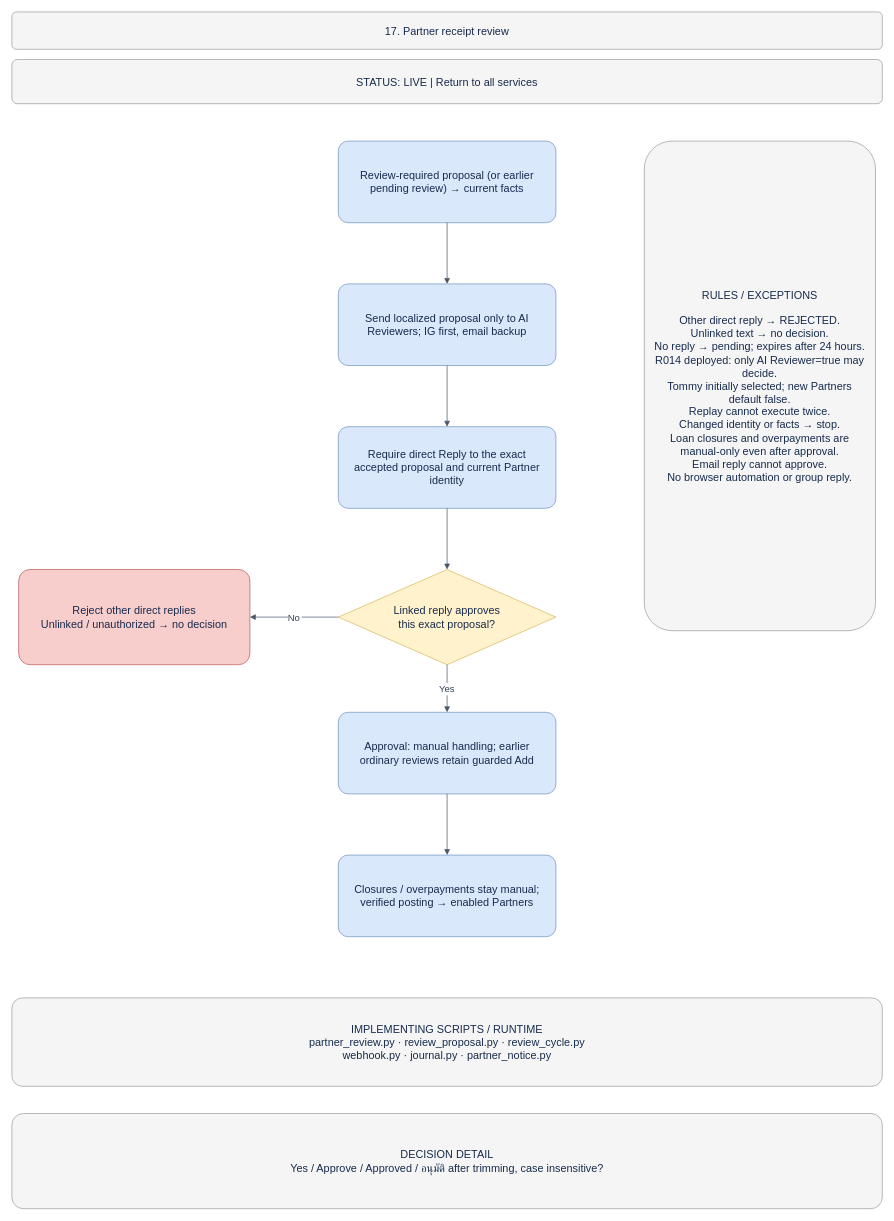
This is page "17 · Partner receipt review" (17 of 18) of docs/BUSINESS_PROCESS.drawio from welct0407/MW-Credit-App, a draw.io file, before an edit. Source tidied: cells renumbered, new cells numbered last; positions are measured from the earlier drawing's top-left corner, leaving out a move shared by most shapes. Both pictures are drawn from the tidied source at 68%, with x=0, y=0 at pixel (12, 12).
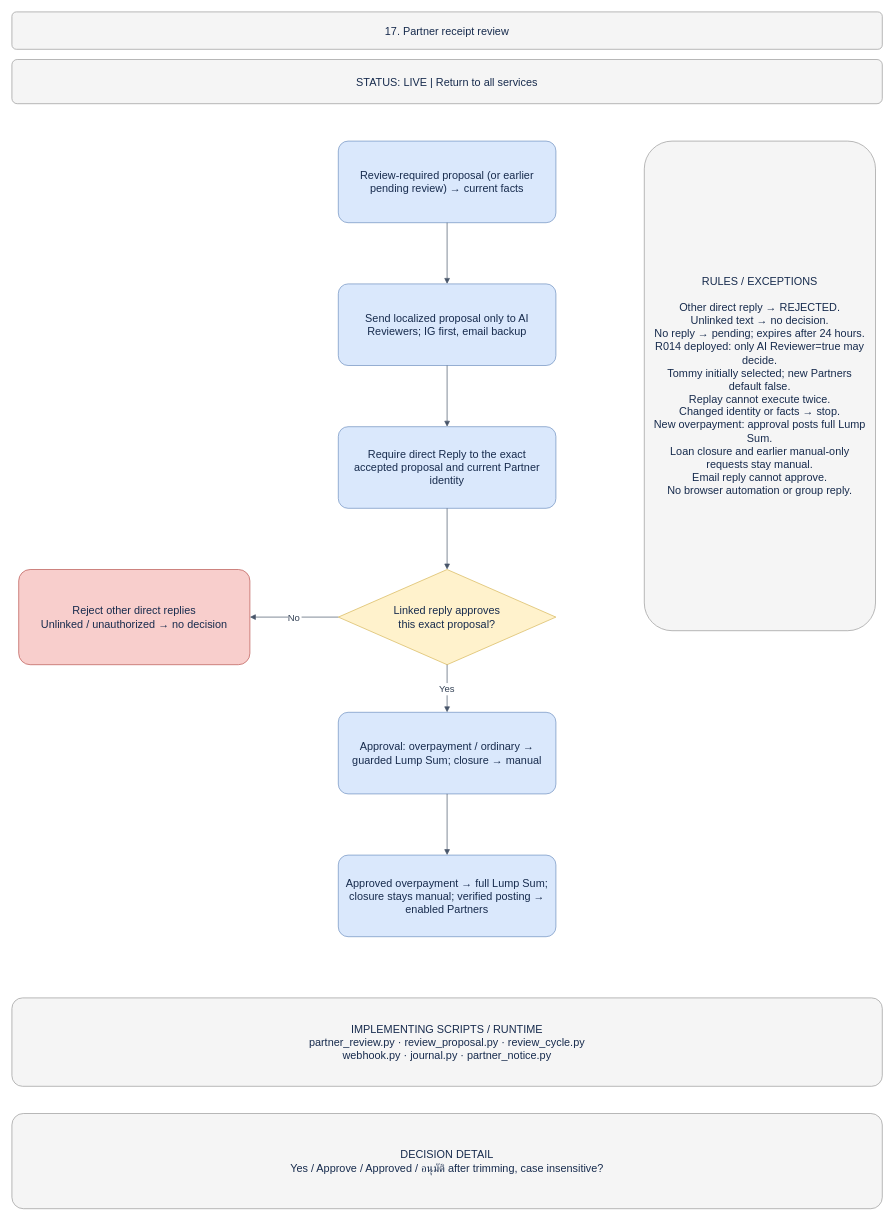
The same page after the edit.

Commit message (it also covers changes not shown here):
Post full overpayments as lump sum after linked reviewer approval

Diff of the diagram source:
```diff
@@
 <mxGraphModel>
   <root>
     <mxCell id="0" />
     <mxCell id="1" parent="0" />
     <mxCell id="2" value="17. Partner receipt review" style="rounded=1;arcSize=12;whiteSpace=wrap;html=0;fillColor=#f5f5f5;strokeColor=#999999;fontColor=#172b4d;fontSize=16;align=center;verticalAlign=middle;spacing=12;" parent="1" vertex="1">
       <mxGeometry width="1280" height="55" as="geometry" />
     </mxCell>
     <mxCell id="3" value="STATUS: LIVE  |  Return to all services" style="rounded=1;arcSize=12;whiteSpace=wrap;html=0;fillColor=#f5f5f5;strokeColor=#999999;fontColor=#172b4d;fontSize=16;align=center;verticalAlign=middle;spacing=12;" parent="1" vertex="1">
       <mxGeometry y="70" width="1280" height="65" as="geometry" />
     </mxCell>
     <mxCell id="4" value="Review-required proposal (or earlier pending review) → current facts" style="rounded=1;arcSize=12;whiteSpace=wrap;html=0;fillColor=#dae8fc;strokeColor=#6c8ebf;fontColor=#172b4d;fontSize=16;align=center;verticalAlign=middle;spacing=12;" parent="1" vertex="1">
       <mxGeometry x="480" y="190" width="320" height="120" as="geometry" />
     </mxCell>
     <mxCell id="5" value="Send localized proposal only to AI Reviewers; IG first, email backup" style="rounded=1;arcSize=12;whiteSpace=wrap;html=0;fillColor=#dae8fc;strokeColor=#6c8ebf;fontColor=#172b4d;fontSize=16;align=center;verticalAlign=middle;spacing=12;" parent="1" vertex="1">
       <mxGeometry x="480" y="400" width="320" height="120" as="geometry" />
     </mxCell>
     <mxCell id="6" style="edgeStyle=orthogonalEdgeStyle;rounded=0;jettySize=auto;html=0;endArrow=block;endFill=1;strokeColor=#475569;fontColor=#334155;fontSize=14;labelBackgroundColor=#ffffff;" parent="1" edge="1" source="4" target="5">
       <mxGeometry relative="1" as="geometry" />
     </mxCell>
     <mxCell id="7" value="Require direct Reply to the exact accepted proposal and current Partner identity" style="rounded=1;arcSize=12;whiteSpace=wrap;html=0;fillColor=#dae8fc;strokeColor=#6c8ebf;fontColor=#172b4d;fontSize=16;align=center;verticalAlign=middle;spacing=12;" parent="1" vertex="1">
       <mxGeometry x="480" y="610" width="320" height="120" as="geometry" />
     </mxCell>
     <mxCell id="8" style="edgeStyle=orthogonalEdgeStyle;rounded=0;jettySize=auto;html=0;endArrow=block;endFill=1;strokeColor=#475569;fontColor=#334155;fontSize=14;labelBackgroundColor=#ffffff;" parent="1" edge="1" source="5" target="7">
       <mxGeometry relative="1" as="geometry" />
     </mxCell>
     <mxCell id="9" value="Linked reply approves&#10;this exact proposal?" style="rhombus;whiteSpace=wrap;html=0;fillColor=#fff2cc;strokeColor=#d6b656;fontColor=#172b4d;fontSize=16;align=center;verticalAlign=middle;spacing=12;" parent="1" vertex="1">
       <mxGeometry x="480" y="820" width="320" height="140" as="geometry" />
     </mxCell>
     <mxCell id="10" style="edgeStyle=orthogonalEdgeStyle;rounded=0;jettySize=auto;html=0;endArrow=block;endFill=1;strokeColor=#475569;fontColor=#334155;fontSize=14;labelBackgroundColor=#ffffff;" parent="1" edge="1" source="7" target="9">
       <mxGeometry relative="1" as="geometry" />
     </mxCell>
-    <mxCell id="11" value="Approval: manual handling; earlier ordinary reviews retain guarded Add" style="rounded=1;arcSize=12;whiteSpace=wrap;html=0;fillColor=#dae8fc;strokeColor=#6c8ebf;fontColor=#172b4d;fontSize=16;align=center;verticalAlign=middle;spacing=12;" parent="1" vertex="1">
+    <mxCell id="11" value="Approval: overpayment / ordinary → guarded Lump Sum; closure → manual" style="rounded=1;arcSize=12;whiteSpace=wrap;html=0;fillColor=#dae8fc;strokeColor=#6c8ebf;fontColor=#172b4d;fontSize=16;align=center;verticalAlign=middle;spacing=12;" parent="1" vertex="1">
       <mxGeometry x="480" y="1030" width="320" height="120" as="geometry" />
     </mxCell>
     <mxCell id="12" value="Yes" style="edgeStyle=orthogonalEdgeStyle;rounded=0;jettySize=auto;html=0;endArrow=block;endFill=1;strokeColor=#475569;fontColor=#334155;fontSize=14;labelBackgroundColor=#ffffff;" parent="1" edge="1" source="9" target="11">
       <mxGeometry relative="1" as="geometry" />
     </mxCell>
-    <mxCell id="13" value="Closures / overpayments stay manual; verified posting → enabled Partners" style="rounded=1;arcSize=12;whiteSpace=wrap;html=0;fillColor=#dae8fc;strokeColor=#6c8ebf;fontColor=#172b4d;fontSize=16;align=center;verticalAlign=middle;spacing=12;" parent="1" vertex="1">
+    <mxCell id="13" value="Approved overpayment → full Lump Sum; closure stays manual; verified posting → enabled Partners" style="rounded=1;arcSize=12;whiteSpace=wrap;html=0;fillColor=#dae8fc;strokeColor=#6c8ebf;fontColor=#172b4d;fontSize=16;align=center;verticalAlign=middle;spacing=12;" parent="1" vertex="1">
       <mxGeometry x="480" y="1240" width="320" height="120" as="geometry" />
     </mxCell>
     <mxCell id="14" style="edgeStyle=orthogonalEdgeStyle;rounded=0;jettySize=auto;html=0;endArrow=block;endFill=1;strokeColor=#475569;fontColor=#334155;fontSize=14;labelBackgroundColor=#ffffff;" parent="1" edge="1" source="11" target="13">
       <mxGeometry relative="1" as="geometry" />
     </mxCell>
     <mxCell id="15" value="Reject other direct replies&#10;Unlinked / unauthorized → no decision" style="rounded=1;arcSize=12;whiteSpace=wrap;html=0;fillColor=#f8cecc;strokeColor=#b85450;fontColor=#172b4d;fontSize=16;align=center;verticalAlign=middle;spacing=12;" parent="1" vertex="1">
       <mxGeometry x="10" y="820" width="340" height="140" as="geometry" />
     </mxCell>
     <mxCell id="16" value="No" style="edgeStyle=orthogonalEdgeStyle;rounded=0;jettySize=auto;html=0;endArrow=block;endFill=1;strokeColor=#475569;fontColor=#334155;fontSize=14;labelBackgroundColor=#ffffff;" parent="1" edge="1" source="9" target="15">
       <mxGeometry relative="1" as="geometry" />
     </mxCell>
-    <mxCell id="17" value="RULES / EXCEPTIONS&#10;&#10;Other direct reply → REJECTED.&#10;Unlinked text → no decision.&#10;No reply → pending; expires after 24 hours.&#10;R014 deployed: only AI Reviewer=true may decide.&#10;Tommy initially selected; new Partners default false.&#10;Replay cannot execute twice.&#10;Changed identity or facts → stop.&#10;Loan closures and overpayments are manual-only even after approval.&#10;Email reply cannot approve.&#10;No browser automation or group reply." style="rounded=1;arcSize=12;whiteSpace=wrap;html=0;fillColor=#f5f5f5;strokeColor=#999999;fontColor=#172b4d;fontSize=16;align=center;verticalAlign=middle;spacing=12;" parent="1" vertex="1">
+    <mxCell id="17" value="RULES / EXCEPTIONS&#10;&#10;Other direct reply → REJECTED.&#10;Unlinked text → no decision.&#10;No reply → pending; expires after 24 hours.&#10;R014 deployed: only AI Reviewer=true may decide.&#10;Tommy initially selected; new Partners default false.&#10;Replay cannot execute twice.&#10;Changed identity or facts → stop.&#10;New overpayment: approval posts full Lump Sum.&#10;Loan closure and earlier manual-only requests stay manual.&#10;Email reply cannot approve.&#10;No browser automation or group reply." style="rounded=1;arcSize=12;whiteSpace=wrap;html=0;fillColor=#f5f5f5;strokeColor=#999999;fontColor=#172b4d;fontSize=16;align=center;verticalAlign=middle;spacing=12;" parent="1" vertex="1">
       <mxGeometry x="930" y="190" width="340" height="720" as="geometry" />
     </mxCell>
     <mxCell id="18" value="IMPLEMENTING SCRIPTS / RUNTIME&#10;partner_review.py · review_proposal.py · review_cycle.py&#10;webhook.py · journal.py · partner_notice.py" style="rounded=1;arcSize=12;whiteSpace=wrap;html=0;fillColor=#f5f5f5;strokeColor=#999999;fontColor=#172b4d;fontSize=16;align=center;verticalAlign=middle;spacing=12;" parent="1" vertex="1">
       <mxGeometry y="1450" width="1280" height="130" as="geometry" />
     </mxCell>
     <mxCell id="19" value="DECISION DETAIL&#10;Yes / Approve / Approved / อนุมัติ after trimming, case insensitive?" style="rounded=1;arcSize=12;whiteSpace=wrap;html=0;fillColor=#f5f5f5;strokeColor=#999999;fontColor=#172b4d;fontSize=16;align=center;verticalAlign=middle;spacing=12;" parent="1" vertex="1">
       <mxGeometry y="1620" width="1280" height="140" as="geometry" />
     </mxCell>
   </root>
 </mxGraphModel>
```
